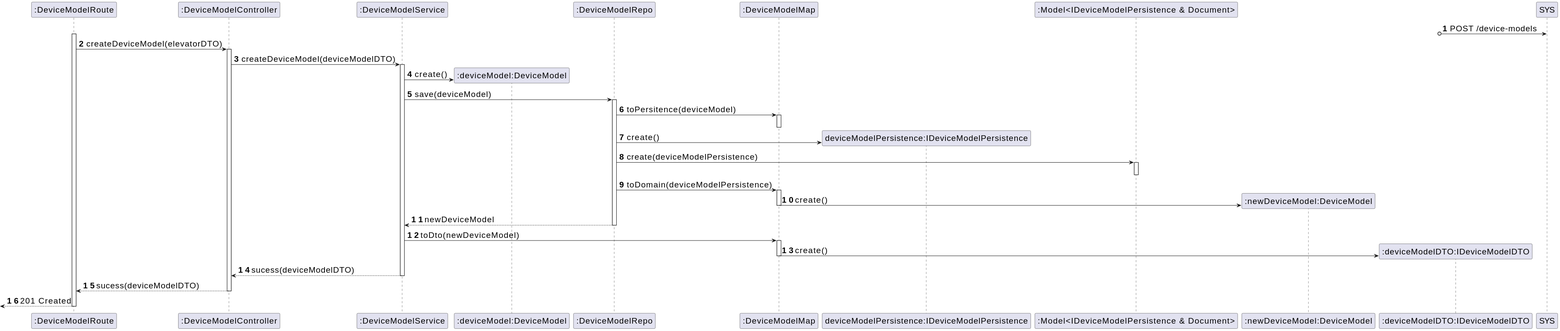
Before: _wiki/sprint-a/us18-350/views/level-3/assets/process-view.svg, a diagram exported from PlantUML (miseEnPlace-dev/lapr5).
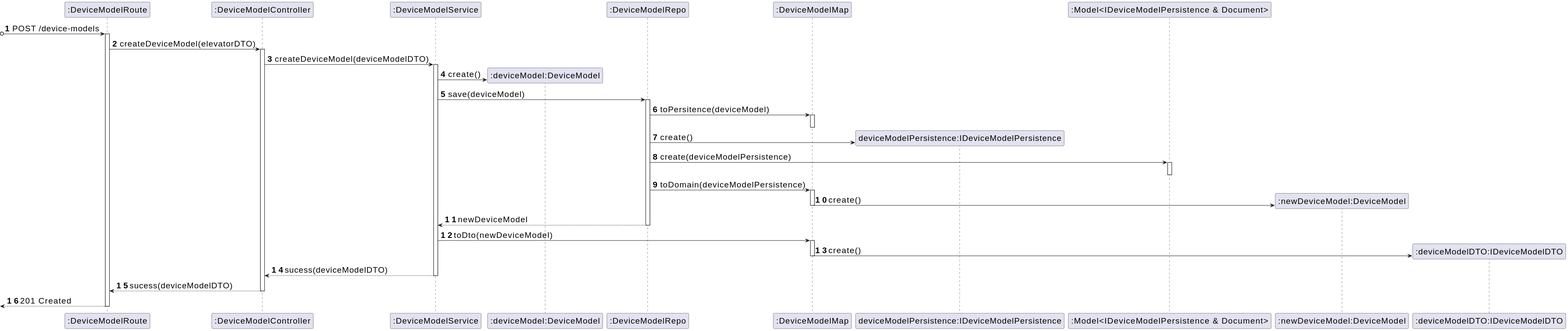
The same file after the commit.

What changed in the source:
```diff
@@ -12,7 +12,7 @@
 participant NBUILD as ":newDeviceModel:DeviceModel"
 participant DTO as ":deviceModelDTO:IDeviceModelDTO"
 
-?o-> SYS : POST /device-models
+?o-> ROUTE : POST /device-models
 activate ROUTE
 
 ROUTE -> CTRL : createDeviceModel(elevatorDTO)
```
